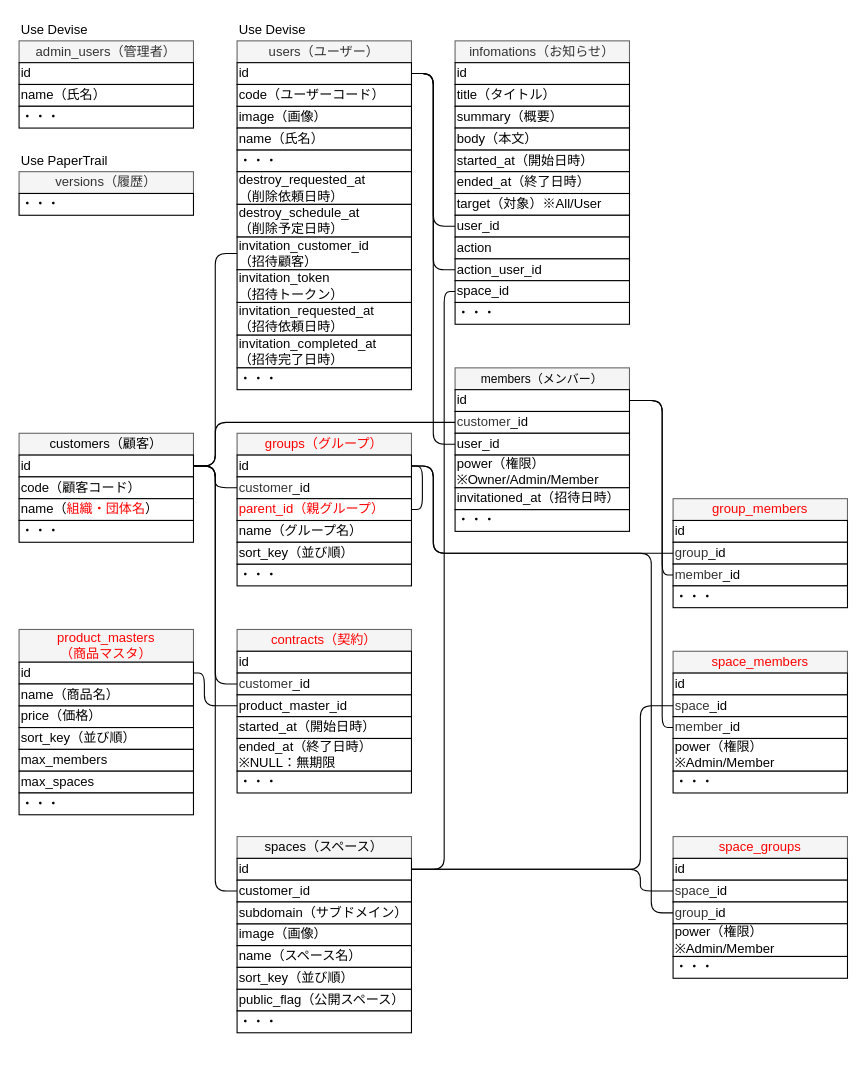
Earlier version of the draw.io diagram 設計/ER図.drawio (nightonlypj/rails-app-origin). Source tidied: cells renumbered, new cells numbered last; positions are measured from the earlier drawing's top-left corner, leaving out a move shared by most shapes. Both pictures are drawn from the tidied source at 109%, with x=0, y=0 at pixel (19, 19).
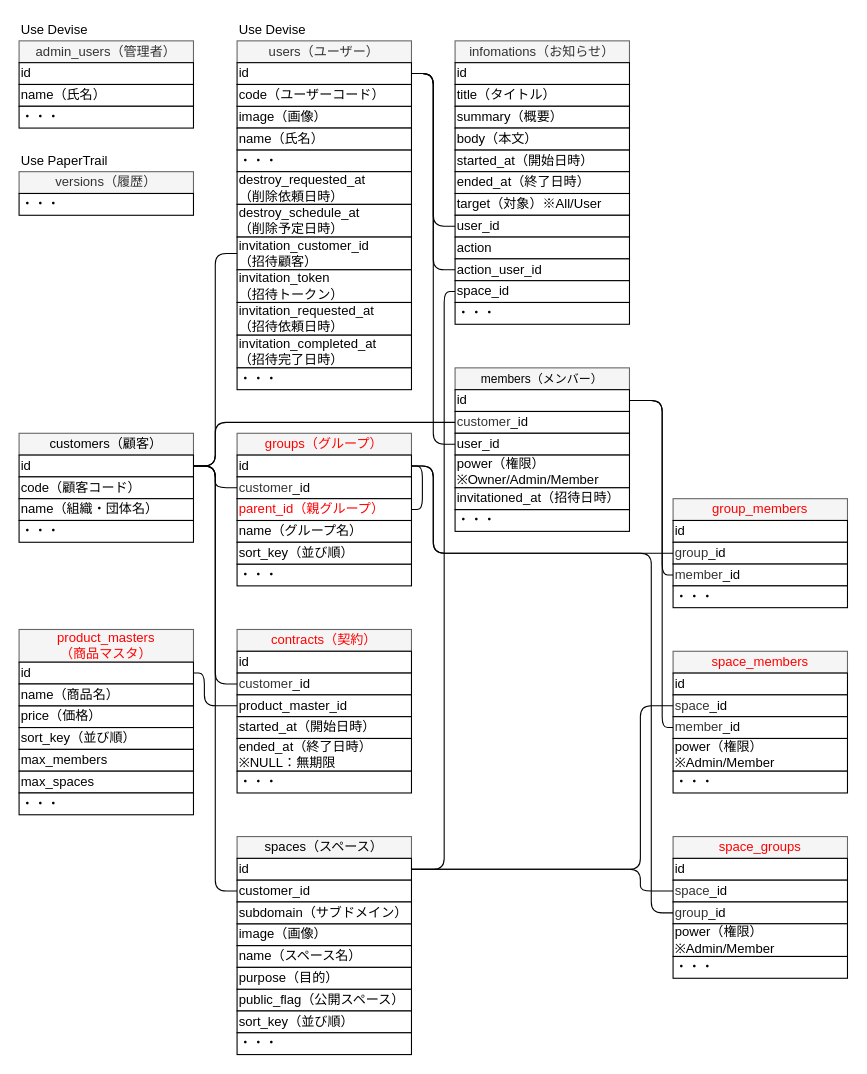
The same page after the edit.

Diff of the diagram source:
```diff
@@
-    <mxCell id="40" value="・・・" style="rounded=0;whiteSpace=wrap;html=1;align=left;" parent="1" vertex="1">
+    <mxCell id="40" value="sort_key（並び順）" style="rounded=0;whiteSpace=wrap;html=1;align=left;" parent="1" vertex="1">
       <mxGeometry x="200" y="910" width="160" height="20" as="geometry" />
     </mxCell>
@@
-    <mxCell id="55" value="name（&lt;font color=&quot;#ff0000&quot;&gt;組織・団体名&lt;/font&gt;）" style="rounded=0;whiteSpace=wrap;html=1;align=left;" parent="1" vertex="1">
+    <mxCell id="55" value="name（組織・団体名）" style="rounded=0;whiteSpace=wrap;html=1;align=left;" parent="1" vertex="1">
       <mxGeometry y="440" width="160" height="20" as="geometry" />
     </mxCell>
@@
-    <mxCell id="78" value="sort_key（並び順）" style="rounded=0;whiteSpace=wrap;html=1;align=left;" parent="1" vertex="1">
+    <mxCell id="78" value="purpose（目的）" style="rounded=0;whiteSpace=wrap;html=1;align=left;" parent="1" vertex="1">
       <mxGeometry x="200" y="870" width="160" height="20" as="geometry" />
     </mxCell>
@@
+    <mxCell id="114" value="・・・" style="rounded=0;whiteSpace=wrap;html=1;align=left;" parent="1" vertex="1">
+      <mxGeometry x="200" y="930" width="160" height="20" as="geometry" />
+    </mxCell>
```
